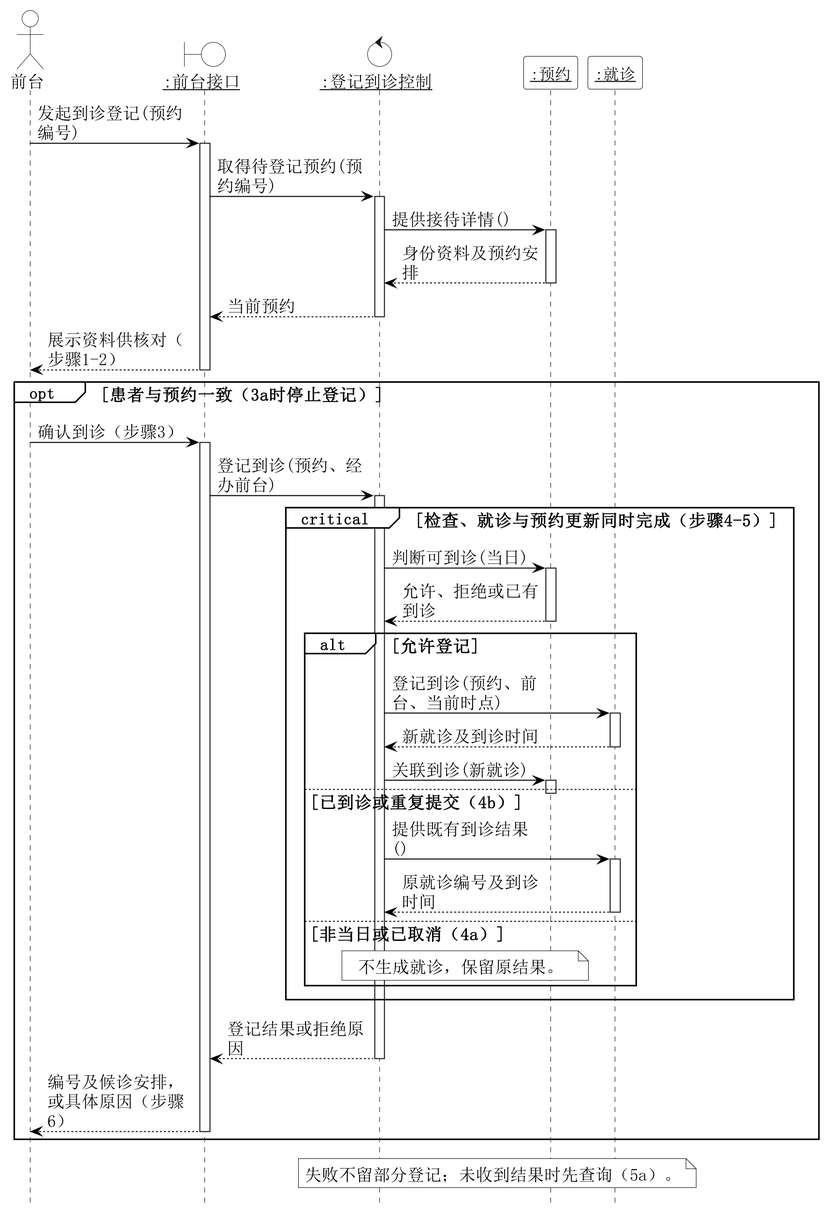
Earlier version of the PlantUML export 01-需求文档/diagrams/13-03-analysis-sequence.png (Shawmc-creator/systemAnalyseAndDesign).
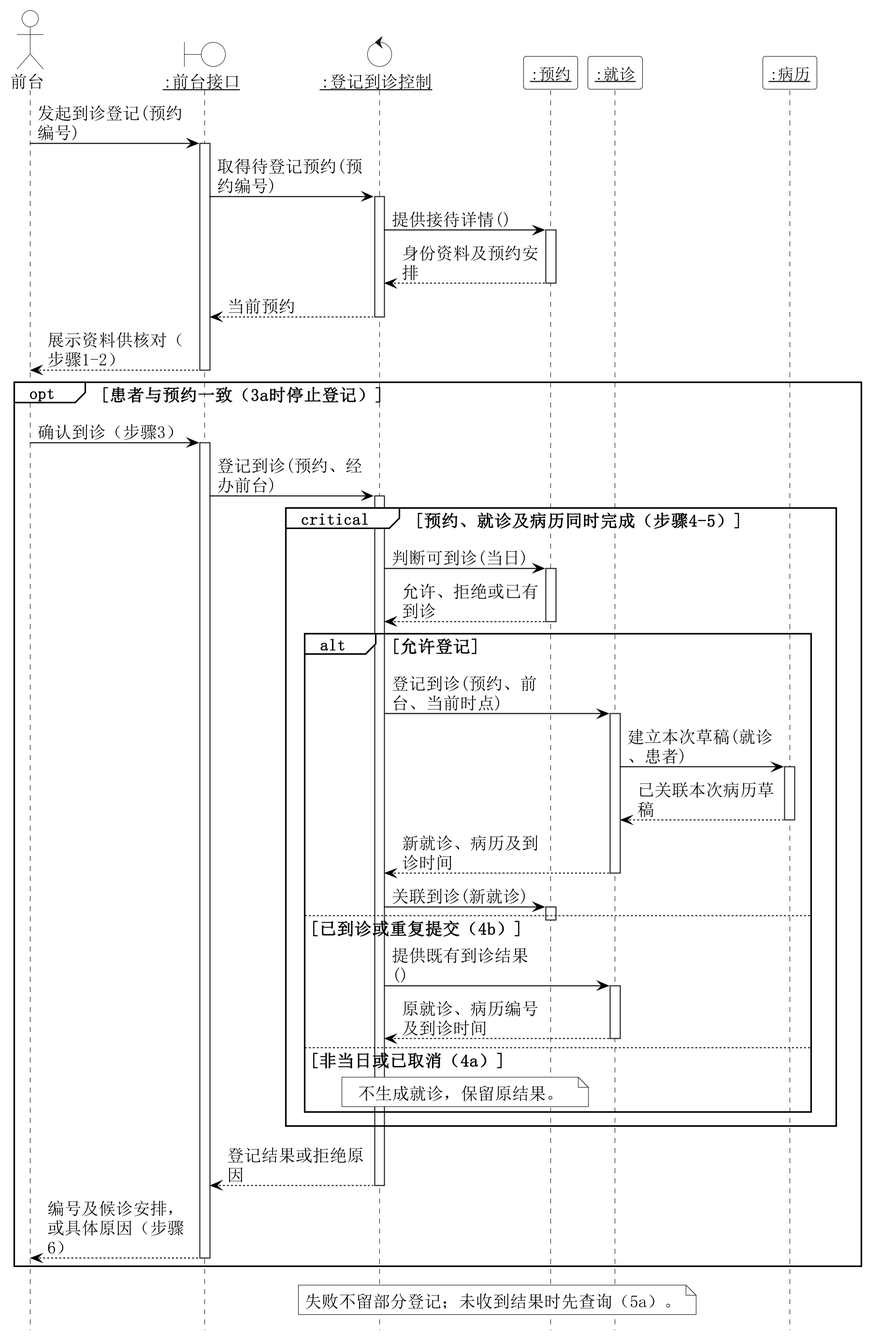
After the commit.

Change to the diagram source:
```diff
@@ -27,6 +27,7 @@
 control "<u>:登记到诊控制</u>" as K #white
 participant "<u>:预约</u>" as R
 participant "<u>:就诊</u>" as V
+participant "<u>:病历</u>" as C
 A -> B : 发起到诊登记(预约编号)
 activate B
 B -> K : 取得待登记预约(预约编号)
@@ -44,7 +45,7 @@
 activate B
 B -> K : 登记到诊(预约、经办前台)
 activate K
-critical 检查、就诊与预约更新同时完成（步骤4-5）
+critical 预约、就诊及病历同时完成（步骤4-5）
 K -> R : 判断可到诊(当日)
 activate R
 R --> K : 允许、拒绝或已有到诊
@@ -52,7 +53,11 @@
 alt 允许登记
 K -> V : 登记到诊(预约、前台、当前时点)
 activate V
-V --> K : 新就诊及到诊时间
+V -> C : 建立本次草稿(就诊、患者)
+activate C
+C --> V : 已关联本次病历草稿
+deactivate C
+V --> K : 新就诊、病历及到诊时间
 deactivate V
 K -> R : 关联到诊(新就诊)
 activate R
@@ -60,7 +65,7 @@
 else 已到诊或重复提交（4b）
 K -> V : 提供既有到诊结果()
 activate V
-V --> K : 原就诊编号及到诊时间
+V --> K : 原就诊、病历编号及到诊时间
 deactivate V
 else 非当日或已取消（4a）
 note over K,R : 不生成就诊，保留原结果。
```
